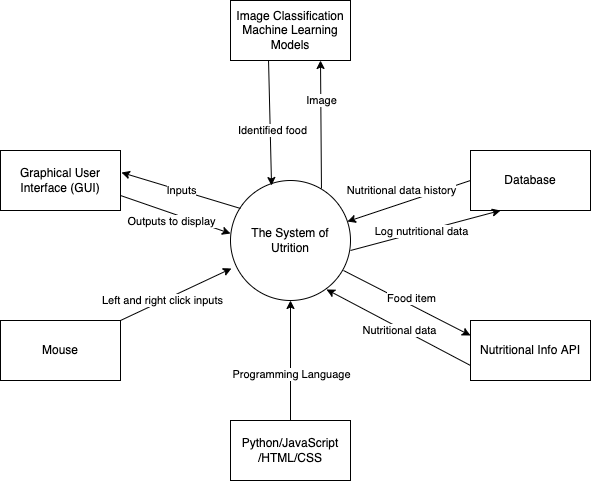
The draw.io diagram docs/SRS/work_context_diagram.png in jeff-rey-wang/utrition, before a commit. Source tidied: cells renumbered, new cells last; positions are measured from the earlier drawing's top-left corner, leaving out a move shared by most shapes. Its diagram source:
```xml
<mxGraphModel>
  <root>
    <mxCell id="0" />
    <mxCell id="1" parent="0" />
    <mxCell id="2" value="The System of Utrition" style="ellipse;whiteSpace=wrap;html=1;" parent="1" vertex="1">
      <mxGeometry x="230" y="180" width="120" height="120" as="geometry" />
    </mxCell>
    <mxCell id="3" value="Image Classification Machine Learning Models" style="rounded=0;whiteSpace=wrap;html=1;" parent="1" vertex="1">
      <mxGeometry x="230" width="120" height="60" as="geometry" />
    </mxCell>
    <mxCell id="4" value="Database" style="rounded=0;whiteSpace=wrap;html=1;" parent="1" vertex="1">
      <mxGeometry x="470" y="150" width="120" height="60" as="geometry" />
    </mxCell>
    <mxCell id="5" value="Nutritional Info API" style="rounded=0;whiteSpace=wrap;html=1;" parent="1" vertex="1">
      <mxGeometry x="470" y="320" width="120" height="60" as="geometry" />
    </mxCell>
    <mxCell id="6" value="Graphical User Interface (GUI)" style="rounded=0;whiteSpace=wrap;html=1;" parent="1" vertex="1">
      <mxGeometry y="150" width="120" height="60" as="geometry" />
    </mxCell>
    <mxCell id="7" value="Mouse" style="rounded=0;whiteSpace=wrap;html=1;" parent="1" vertex="1">
      <mxGeometry y="320" width="120" height="60" as="geometry" />
    </mxCell>
    <mxCell id="8" style="edgeStyle=orthogonalEdgeStyle;rounded=0;jettySize=auto;html=1;exitX=0.5;exitY=0;exitDx=0;exitDy=0;entryX=0.5;entryY=1;entryDx=0;entryDy=0;" parent="1" edge="1" source="10" target="2">
      <mxGeometry relative="1" as="geometry" />
    </mxCell>
    <mxCell id="9" value="Programming Language" style="edgeLabel;html=1;align=center;verticalAlign=middle;" parent="8" vertex="1">
      <mxGeometry x="-0.22" relative="1" as="geometry" />
    </mxCell>
    <mxCell id="10" value="Python/JavaScript&lt;br&gt;/HTML/CSS" style="rounded=0;whiteSpace=wrap;html=1;" parent="1" vertex="1">
      <mxGeometry x="230" y="420" width="120" height="60" as="geometry" />
    </mxCell>
    <mxCell id="11" style="endArrow=classic;html=1;entryX=0.008;entryY=0.733;entryDx=0;entryDy=0;entryPerimeter=0;" parent="1" edge="1" target="2">
      <mxGeometry relative="1" as="geometry">
        <mxPoint x="120" y="320" as="sourcePoint" />
      </mxGeometry>
    </mxCell>
    <mxCell id="12" value="Left and right click inputs" style="edgeLabel;html=1;align=center;verticalAlign=middle;" parent="11" vertex="1">
      <mxGeometry x="-0.27" y="-1" relative="1" as="geometry">
        <mxPoint y="-2" as="offset" />
      </mxGeometry>
    </mxCell>
    <mxCell id="13" style="endArrow=classic;html=1;entryX=0.342;entryY=0.042;entryDx=0;entryDy=0;entryPerimeter=0;exitX=0.317;exitY=1;exitDx=0;exitDy=0;exitPerimeter=0;" parent="1" edge="1" source="3" target="2">
      <mxGeometry relative="1" as="geometry" />
    </mxCell>
    <mxCell id="14" value="Identified food" style="edgeLabel;html=1;align=center;verticalAlign=middle;" parent="13" vertex="1">
      <mxGeometry x="0.01" y="2" relative="1" as="geometry">
        <mxPoint y="7" as="offset" />
      </mxGeometry>
    </mxCell>
    <mxCell id="15" style="endArrow=classic;html=1;exitX=0.758;exitY=0.067;exitDx=0;exitDy=0;exitPerimeter=0;entryX=0.75;entryY=1;entryDx=0;entryDy=0;" parent="1" edge="1" source="2" target="3">
      <mxGeometry relative="1" as="geometry" />
    </mxCell>
    <mxCell id="16" value="Image" style="edgeLabel;html=1;align=center;verticalAlign=middle;" parent="15" vertex="1">
      <mxGeometry x="0.39" relative="1" as="geometry" />
    </mxCell>
    <mxCell id="17" style="endArrow=classic;html=1;entryX=0.25;entryY=1;entryDx=0;entryDy=0;" parent="1" edge="1" target="4">
      <mxGeometry relative="1" as="geometry">
        <mxPoint x="350" y="250" as="sourcePoint" />
      </mxGeometry>
    </mxCell>
    <mxCell id="18" value="Log nutritional data" style="edgeLabel;html=1;align=center;verticalAlign=middle;" parent="17" vertex="1">
      <mxGeometry x="-0.23" y="-4" relative="1" as="geometry">
        <mxPoint x="11" y="-8" as="offset" />
      </mxGeometry>
    </mxCell>
    <mxCell id="19" style="endArrow=classic;html=1;" parent="1" edge="1" target="2">
      <mxGeometry relative="1" as="geometry">
        <mxPoint x="470" y="180" as="sourcePoint" />
      </mxGeometry>
    </mxCell>
    <mxCell id="20" value="Nutritional data history" style="edgeLabel;html=1;align=center;verticalAlign=middle;" parent="19" vertex="1">
      <mxGeometry x="-0.12" y="1" relative="1" as="geometry">
        <mxPoint x="-16" y="-9" as="offset" />
      </mxGeometry>
    </mxCell>
    <mxCell id="21" style="endArrow=classic;html=1;exitX=0.083;exitY=0.233;exitDx=0;exitDy=0;exitPerimeter=0;entryX=1.008;entryY=0.367;entryDx=0;entryDy=0;entryPerimeter=0;" parent="1" edge="1" source="2" target="6">
      <mxGeometry relative="1" as="geometry" />
    </mxCell>
    <mxCell id="22" value="Inputs" style="edgeLabel;html=1;align=center;verticalAlign=middle;" parent="21" vertex="1">
      <mxGeometry x="0.07" y="1" relative="1" as="geometry">
        <mxPoint x="4" as="offset" />
      </mxGeometry>
    </mxCell>
    <mxCell id="23" style="endArrow=classic;html=1;exitX=1;exitY=0.75;exitDx=0;exitDy=0;entryX=0;entryY=0.442;entryDx=0;entryDy=0;entryPerimeter=0;" parent="1" edge="1" source="6" target="2">
      <mxGeometry relative="1" as="geometry" />
    </mxCell>
    <mxCell id="24" value="Outputs to display" style="edgeLabel;html=1;align=center;verticalAlign=middle;" parent="23" vertex="1">
      <mxGeometry x="-0.09" relative="1" as="geometry">
        <mxPoint y="8" as="offset" />
      </mxGeometry>
    </mxCell>
    <mxCell id="25" style="endArrow=classic;html=1;entryX=0;entryY=0.25;entryDx=0;entryDy=0;" parent="1" edge="1" target="5">
      <mxGeometry relative="1" as="geometry">
        <mxPoint x="343" y="270" as="sourcePoint" />
      </mxGeometry>
    </mxCell>
    <mxCell id="26" value="Food item" style="edgeLabel;html=1;align=center;verticalAlign=middle;" parent="25" vertex="1">
      <mxGeometry x="-0.21" y="-1" relative="1" as="geometry">
        <mxPoint x="17" y="1" as="offset" />
      </mxGeometry>
    </mxCell>
    <mxCell id="27" style="endArrow=classic;html=1;exitX=0;exitY=0.75;exitDx=0;exitDy=0;entryX=0.8;entryY=0.908;entryDx=0;entryDy=0;entryPerimeter=0;" parent="1" edge="1" source="5" target="2">
      <mxGeometry relative="1" as="geometry" />
    </mxCell>
    <mxCell id="28" value="Nutritional data" style="edgeLabel;html=1;align=center;verticalAlign=middle;" parent="27" vertex="1">
      <mxGeometry x="-0.01" y="2" relative="1" as="geometry" />
    </mxCell>
  </root>
</mxGraphModel>
```
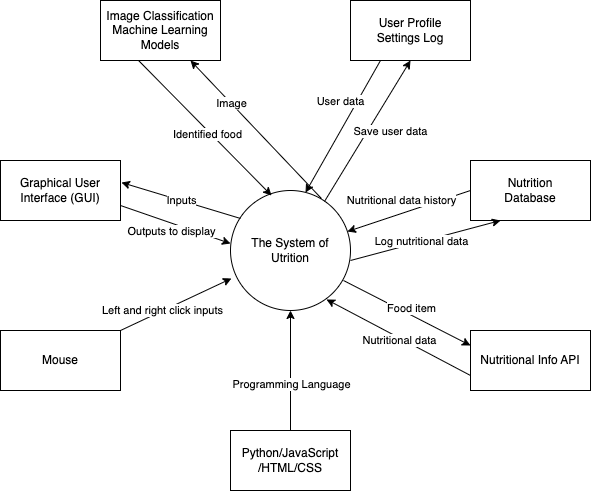
The same diagram one commit later.

The edit, as a diff of the source:
```diff
@@ -6,9 +6,9 @@
       <mxGeometry x="230" y="180" width="120" height="120" as="geometry" />
     </mxCell>
     <mxCell id="3" value="Image Classification Machine Learning Models" style="rounded=0;whiteSpace=wrap;html=1;" parent="1" vertex="1">
-      <mxGeometry x="230" width="120" height="60" as="geometry" />
+      <mxGeometry x="100" y="-10" width="120" height="60" as="geometry" />
     </mxCell>
-    <mxCell id="4" value="Database" style="rounded=0;whiteSpace=wrap;html=1;" parent="1" vertex="1">
+    <mxCell id="4" value="Nutrition&lt;br&gt;Database" style="rounded=0;whiteSpace=wrap;html=1;" parent="1" vertex="1">
       <mxGeometry x="470" y="150" width="120" height="60" as="geometry" />
     </mxCell>
     <mxCell id="5" value="Nutritional Info API" style="rounded=0;whiteSpace=wrap;html=1;" parent="1" vertex="1">
@@ -105,5 +105,24 @@
     <mxCell id="28" value="Nutritional data" style="edgeLabel;html=1;align=center;verticalAlign=middle;" parent="27" vertex="1">
       <mxGeometry x="-0.01" y="2" relative="1" as="geometry" />
     </mxCell>
+    <mxCell id="29" value="User Profile&lt;br&gt;Settings Log" style="rounded=0;whiteSpace=wrap;html=1;" parent="1" vertex="1">
+      <mxGeometry x="350" y="-10" width="120" height="60" as="geometry" />
+    </mxCell>
+    <mxCell id="30" style="endArrow=classic;html=1;rounded=0;exitX=0.25;exitY=1;exitDx=0;exitDy=0;entryX=0.625;entryY=0.017;entryDx=0;entryDy=0;entryPerimeter=0;" parent="1" edge="1" source="29" target="2">
+      <mxGeometry relative="1" as="geometry" />
+    </mxCell>
+    <mxCell id="31" value="User data" style="edgeLabel;html=1;align=center;verticalAlign=middle;" parent="30" vertex="1">
+      <mxGeometry x="-0.21" y="-2" relative="1" as="geometry">
+        <mxPoint x="-9" y="-11" as="offset" />
+      </mxGeometry>
+    </mxCell>
+    <mxCell id="32" style="endArrow=classic;html=1;rounded=0;exitX=0.783;exitY=0.092;exitDx=0;exitDy=0;exitPerimeter=0;entryX=0.5;entryY=1;entryDx=0;entryDy=0;" parent="1" edge="1" source="2" target="29">
+      <mxGeometry relative="1" as="geometry" />
+    </mxCell>
+    <mxCell id="33" value="Save user data" style="edgeLabel;html=1;align=center;verticalAlign=middle;" parent="32" vertex="1">
+      <mxGeometry x="-0.11" y="-1" relative="1" as="geometry">
+        <mxPoint x="27" y="-9" as="offset" />
+      </mxGeometry>
+    </mxCell>
   </root>
 </mxGraphModel>
```
